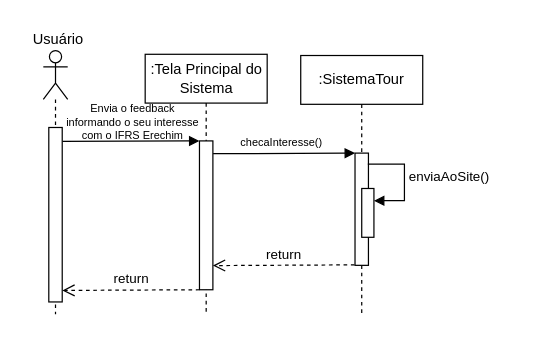
Earlier version of the draw.io diagram DiagramaDeSequencia-EnviarFeedback.drawio (Gigagiga1234/Tour-Virtual). Source tidied: cells renumbered, new cells numbered last; positions are measured from the earlier drawing's top-left corner, leaving out a move shared by most shapes. Both pictures are drawn from the tidied source at 122%, with x=0, y=0 at pixel (21, 21).
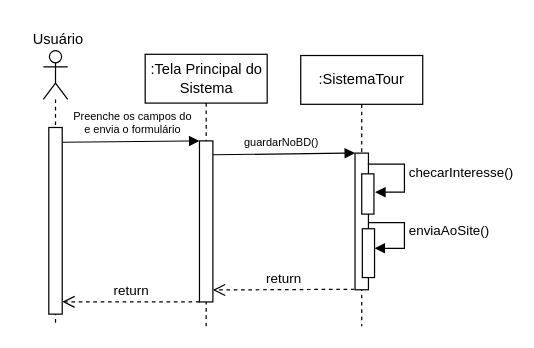
After the change.

The edit, as a diff of the source:
```diff
@@
-    <mxCell id="2" value="checaInteresse()" style="text;html=1;align=center;verticalAlign=middle;strokeColor=none;fillColor=none;fontSize=9;" parent="1" vertex="1">
-      <mxGeometry x="168" y="90" width="90" height="20" as="geometry" />
-    </mxCell>
+    <mxCell id="17" value="guardarNoBD()" style="text;html=1;align=center;verticalAlign=middle;strokeColor=none;fillColor=none;fontSize=9;" parent="1" vertex="1">
+      <mxGeometry x="173" y="90" width="80" height="20" as="geometry" />
+    </mxCell>
     <mxCell id="3" value=":Tela Principal do Sistema" style="shape=umlLifeline;perimeter=lifelinePerimeter;whiteSpace=wrap;html=1;newEdgeStyle={&quot;curved&quot;:0,&quot;rounded&quot;:0};" parent="1" vertex="1">
-      <mxGeometry x="101.5" y="27" width="100" height="213" as="geometry" />
+      <mxGeometry x="101.5" y="27" width="100" height="223" as="geometry" />
     </mxCell>
-    <mxCell id="4" style="shape=umlLifeline;perimeter=lifelinePerimeter;whiteSpace=wrap;html=1;newEdgeStyle={&quot;curved&quot;:0,&quot;rounded&quot;:0};participant=umlActor;" parent="1" vertex="1">
-      <mxGeometry x="18" y="24" width="20" height="216" as="geometry" />
-    </mxCell>
-    <mxCell id="5" style="rounded=0;whiteSpace=wrap;html=1;" parent="1" vertex="1">
-      <mxGeometry x="22.5" y="87" width="11" height="143" as="geometry" />
-    </mxCell>
-    <mxCell id="6" value="Envia o feedback&lt;div&gt;informando o seu interesse&lt;/div&gt;&lt;div&gt;com o IFRS Erechim&lt;/div&gt;" style="text;html=1;align=center;verticalAlign=middle;strokeColor=none;fillColor=none;fontSize=9;" parent="1" vertex="1">
-      <mxGeometry x="26" y="58" width="130" height="50" as="geometry" />
-    </mxCell>
-    <mxCell id="7" style="rounded=0;whiteSpace=wrap;html=1;" parent="1" vertex="1">
-      <mxGeometry x="146" y="98" width="11" height="122" as="geometry" />
-    </mxCell>
-    <mxCell id="8" style="endArrow=block;html=1;rounded=0;exitX=1.022;exitY=0.079;exitDx=0;exitDy=0;exitPerimeter=0;entryX=0;entryY=0;entryDx=0;entryDy=0;endFill=1;" parent="1" edge="1" source="5" target="7">
-      <mxGeometry relative="1" as="geometry" />
-    </mxCell>
-    <mxCell id="9" style="endArrow=block;html=1;rounded=0;exitX=1.015;exitY=0.086;exitDx=0;exitDy=0;entryX=0;entryY=0;entryDx=0;entryDy=0;endFill=1;exitPerimeter=0;" parent="1" edge="1" source="7" target="13">
-      <mxGeometry relative="1" as="geometry" />
-    </mxCell>
+    <mxCell id="18" style="shape=umlLifeline;perimeter=lifelinePerimeter;whiteSpace=wrap;html=1;newEdgeStyle={&quot;curved&quot;:0,&quot;rounded&quot;:0};participant=umlActor;" parent="1" vertex="1">
+      <mxGeometry x="18" y="24" width="20" height="226" as="geometry" />
+    </mxCell>
+    <mxCell id="19" style="rounded=0;whiteSpace=wrap;html=1;" parent="1" vertex="1">
+      <mxGeometry x="22.5" y="87" width="11" height="153" as="geometry" />
+    </mxCell>
+    <mxCell id="20" value="Preenche os campos do&lt;div&gt;e envia o formulário&lt;/div&gt;" style="text;html=1;align=center;verticalAlign=middle;strokeColor=none;fillColor=none;fontSize=9;" parent="1" vertex="1">
+      <mxGeometry x="31" y="63" width="120" height="40" as="geometry" />
+    </mxCell>
+    <mxCell id="21" style="rounded=0;whiteSpace=wrap;html=1;" parent="1" vertex="1">
+      <mxGeometry x="146" y="98" width="11" height="132" as="geometry" />
+    </mxCell>
+    <mxCell id="22" style="endArrow=block;html=1;rounded=0;exitX=1.022;exitY=0.079;exitDx=0;exitDy=0;exitPerimeter=0;entryX=0;entryY=0;entryDx=0;entryDy=0;endFill=1;" parent="1" edge="1" source="19" target="21">
+      <mxGeometry relative="1" as="geometry" />
+    </mxCell>
+    <mxCell id="23" style="endArrow=block;html=1;rounded=0;exitX=1.015;exitY=0.086;exitDx=0;exitDy=0;entryX=0;entryY=0;entryDx=0;entryDy=0;endFill=1;exitPerimeter=0;" parent="1" edge="1" source="21" target="24">
+      <mxGeometry relative="1" as="geometry" />
+    </mxCell>
     <mxCell id="10" value="return" style="html=1;verticalAlign=bottom;endArrow=open;dashed=1;endSize=8;curved=0;rounded=0;entryX=1;entryY=0.75;entryDx=0;entryDy=0;" parent="1" edge="1">
       <mxGeometry relative="1" as="geometry">
-        <mxPoint x="273.1" y="199.6" as="sourcePoint" />
-        <mxPoint x="157" y="200.2" as="targetPoint" />
+        <mxPoint x="273.1" y="219.6" as="sourcePoint" />
+        <mxPoint x="157" y="220.2" as="targetPoint" />
       </mxGeometry>
     </mxCell>
@@
     <mxCell id="12" value=":SistemaTour" style="shape=umlLifeline;perimeter=lifelinePerimeter;whiteSpace=wrap;html=1;newEdgeStyle={&quot;curved&quot;:0,&quot;rounded&quot;:0};" parent="1" vertex="1">
-      <mxGeometry x="229" y="28" width="100" height="212" as="geometry" />
+      <mxGeometry x="229" y="28" width="100" height="222" as="geometry" />
     </mxCell>
-    <mxCell id="13" style="rounded=0;whiteSpace=wrap;html=1;" parent="1" vertex="1">
-      <mxGeometry x="273.5" y="108" width="11" height="92" as="geometry" />
-    </mxCell>
+    <mxCell id="24" style="rounded=0;whiteSpace=wrap;html=1;" parent="1" vertex="1">
+      <mxGeometry x="273.5" y="108" width="11" height="112" as="geometry" />
+    </mxCell>
-    <mxCell id="14" value="return" style="html=1;verticalAlign=bottom;endArrow=open;dashed=1;endSize=8;curved=0;rounded=0;entryX=1.009;entryY=0.934;entryDx=0;entryDy=0;exitX=0;exitY=1;exitDx=0;exitDy=0;entryPerimeter=0;" parent="1" edge="1" source="7" target="5">
+    <mxCell id="14" value="return" style="html=1;verticalAlign=bottom;endArrow=open;dashed=1;endSize=8;curved=0;rounded=0;entryX=1.009;entryY=0.934;entryDx=0;entryDy=0;exitX=0;exitY=1;exitDx=0;exitDy=0;entryPerimeter=0;" parent="1" edge="1" source="21" target="19">
       <mxGeometry relative="1" as="geometry" />
     </mxCell>
-    <mxCell id="15" style="html=1;perimeter=orthogonalPerimeter;targetShapes=umlLifeline;newEdgeStyle={&quot;curved&quot;:0,&quot;rounded&quot;:0};" parent="1" vertex="1">
-      <mxGeometry x="279" y="137" width="10" height="40" as="geometry" />
-    </mxCell>
+    <mxCell id="25" style="html=1;perimeter=orthogonalPerimeter;targetShapes=umlLifeline;newEdgeStyle={&quot;curved&quot;:0,&quot;rounded&quot;:0};" parent="1" vertex="1">
+      <mxGeometry x="279" y="125" width="10" height="33" as="geometry" />
+    </mxCell>
+    <mxCell id="26" value="checarInteresse()" style="html=1;align=left;spacingLeft=2;endArrow=block;rounded=0;edgeStyle=orthogonalEdgeStyle;curved=0;rounded=0;" parent="1" edge="1">
+      <mxGeometry x="-0.05" relative="1" as="geometry">
+        <mxPoint x="284" y="117" as="sourcePoint" />
+        <mxPoint x="290" y="140" as="targetPoint" />
+        <Array as="points">
+          <mxPoint x="314" y="117" />
+          <mxPoint x="314" y="140" />
+          <mxPoint x="290" y="140" />
+        </Array>
+      </mxGeometry>
+    </mxCell>
+    <mxCell id="27" style="html=1;points=[[0,0,0,0,5],[0,1,0,0,-5],[1,0,0,0,5],[1,1,0,0,-5]];perimeter=orthogonalPerimeter;outlineConnect=0;targetShapes=umlLifeline;portConstraint=eastwest;newEdgeStyle={&quot;curved&quot;:0,&quot;rounded&quot;:0};" parent="1" vertex="1">
+      <mxGeometry x="279.5" y="170" width="10" height="40" as="geometry" />
+    </mxCell>
-    <mxCell id="16" value="enviaAoSite()" style="html=1;align=left;spacingLeft=2;endArrow=block;rounded=0;edgeStyle=orthogonalEdgeStyle;curved=0;rounded=0;" parent="1" edge="1">
+    <mxCell id="16" value="enviaAoSite()" style="html=1;align=left;spacingLeft=2;endArrow=block;rounded=0;edgeStyle=orthogonalEdgeStyle;curved=0;rounded=0;" parent="1" edge="1" target="27">
       <mxGeometry x="-0.05" relative="1" as="geometry">
-        <mxPoint x="284" y="117" as="sourcePoint" />
-        <mxPoint x="289" y="147" as="targetPoint" />
+        <mxPoint x="284.5" y="165" as="sourcePoint" />
         <Array as="points">
-          <mxPoint x="314" y="147" />
+          <mxPoint x="314" y="165" />
+          <mxPoint x="314" y="186" />
         </Array>
       </mxGeometry>
     </mxCell>
```
